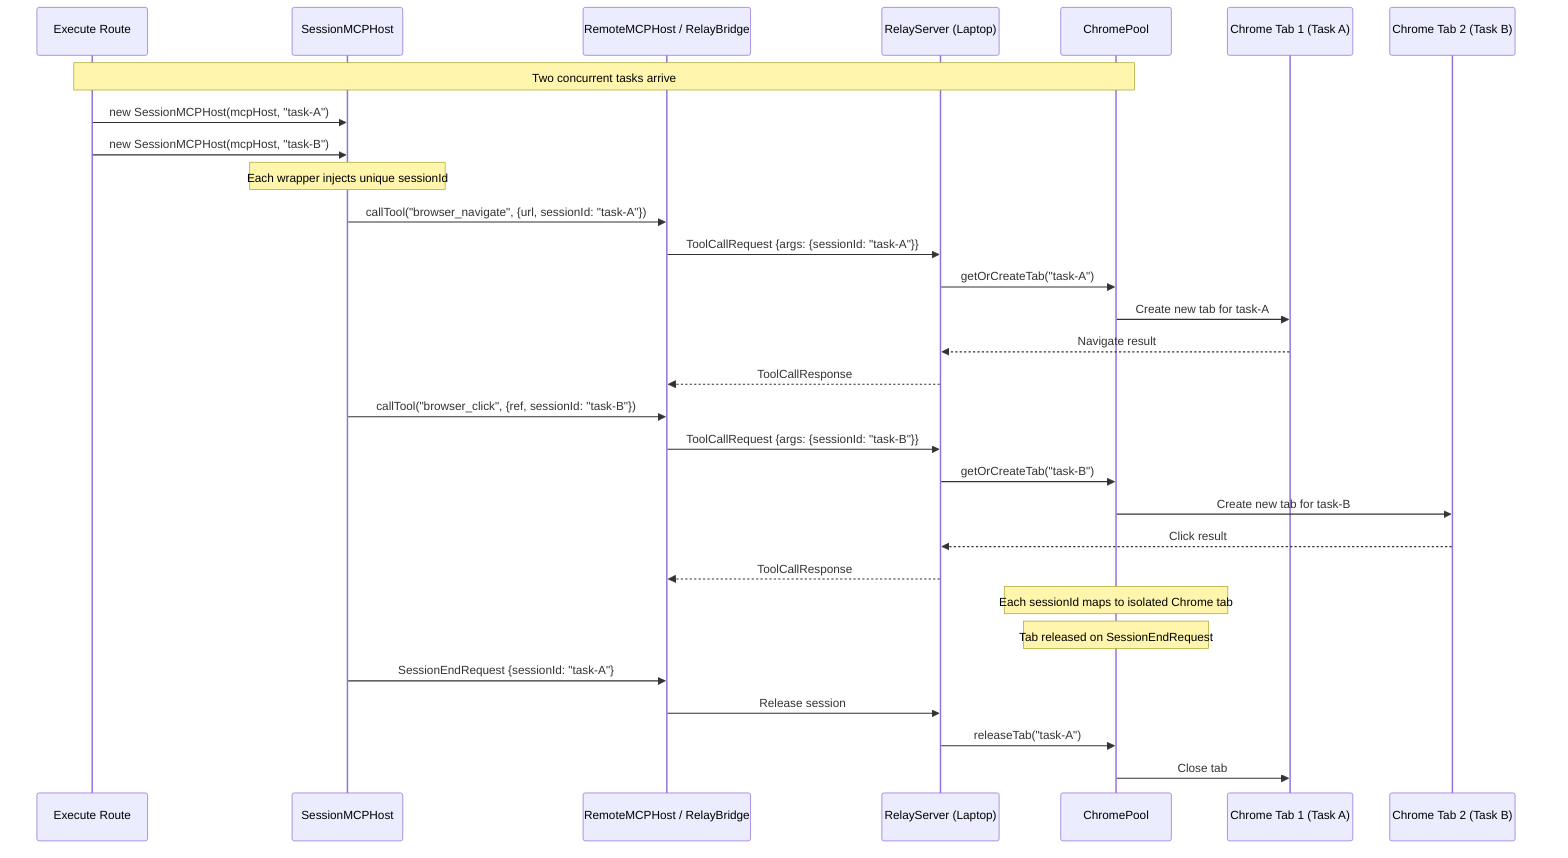
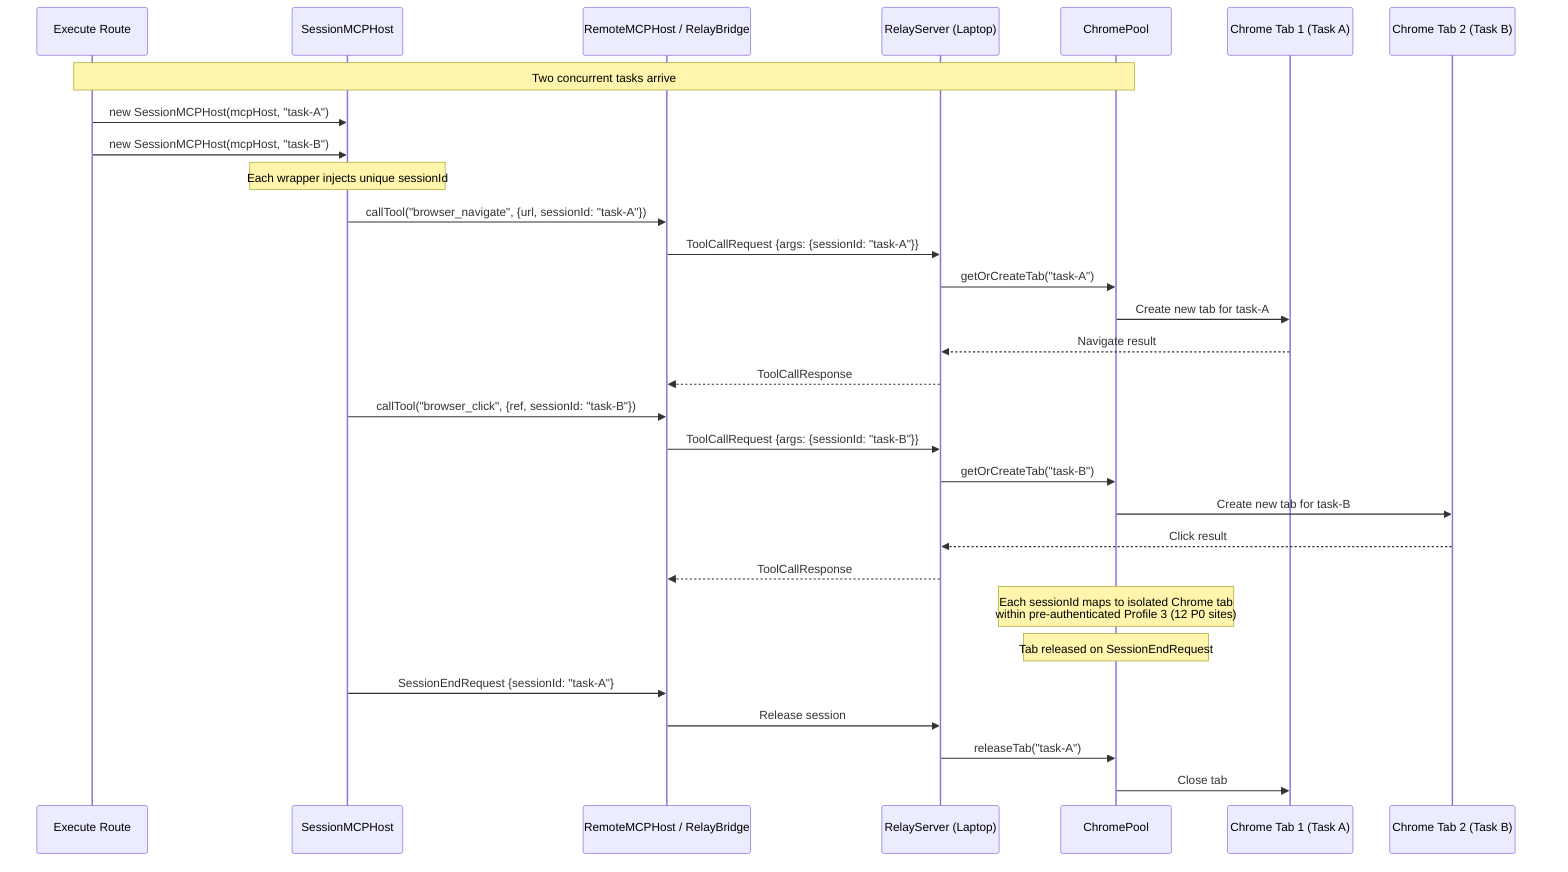
sequenceDiagram
    participant API as Execute Route
    participant SMCP as SessionMCPHost
    participant MCP as RemoteMCPHost / RelayBridge
    participant RS as RelayServer (Laptop)
    participant Pool as ChromePool
    participant Tab1 as Chrome Tab 1 (Task A)
    participant Tab2 as Chrome Tab 2 (Task B)

    Note over API,Pool: Two concurrent tasks arrive

    API->>SMCP: new SessionMCPHost(mcpHost, "task-A")
    API->>SMCP: new SessionMCPHost(mcpHost, "task-B")

    Note over SMCP: Each wrapper injects unique sessionId

    SMCP->>MCP: callTool("browser_navigate", {url, sessionId: "task-A"})
    MCP->>RS: ToolCallRequest {args: {sessionId: "task-A"}}
    RS->>Pool: getOrCreateTab("task-A")
    Pool->>Tab1: Create new tab for task-A
    Tab1-->>RS: Navigate result
    RS-->>MCP: ToolCallResponse

    SMCP->>MCP: callTool("browser_click", {ref, sessionId: "task-B"})
    MCP->>RS: ToolCallRequest {args: {sessionId: "task-B"}}
    RS->>Pool: getOrCreateTab("task-B")
    Pool->>Tab2: Create new tab for task-B
    Tab2-->>RS: Click result
    RS-->>MCP: ToolCallResponse

-     Note over Pool: Each sessionId maps to isolated Chrome tab
+     Note over Pool: Each sessionId maps to isolated Chrome tab<br/>within pre-authenticated Profile 3 (12 P0 sites)
    Note over Pool: Tab released on SessionEndRequest

    SMCP->>MCP: SessionEndRequest {sessionId: "task-A"}
    MCP->>RS: Release session
    RS->>Pool: releaseTab("task-A")
    Pool->>Tab1: Close tab
